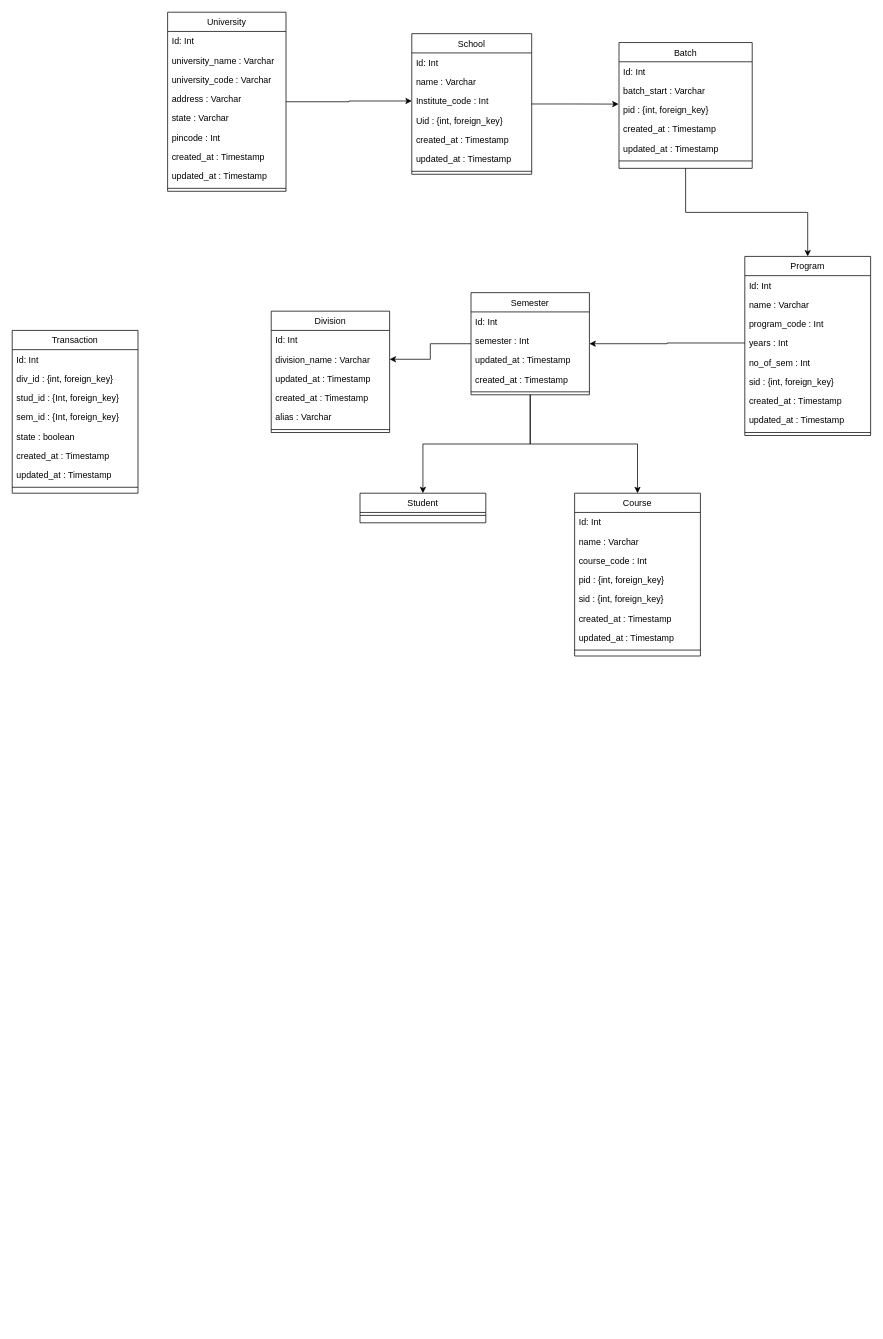
The draw.io diagram Diagrams/class diagram 2.drawio in Piyush5527/erp-diagram, before the edit. Source tidied: cells renumbered, new cells numbered last; positions are measured from the earlier drawing's top-left corner, leaving out a move shared by most shapes. Both pictures are drawn from the tidied source at 74%, with x=0, y=0 at pixel (12, 12).
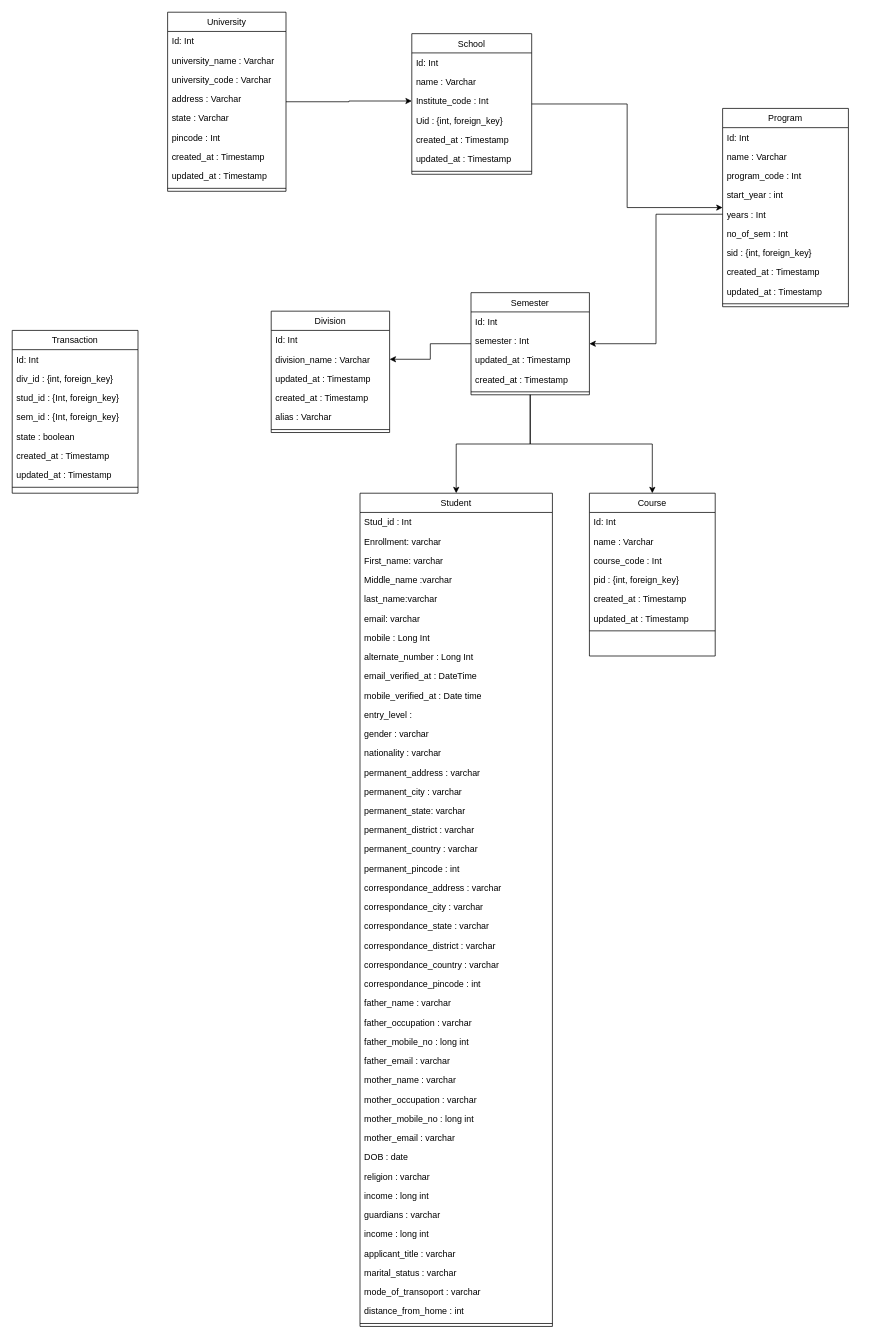
The same page after the edit.

Commit message:
student table added

Unchanged cells that the change refers to:
```xml
<mxCell id="14" value="School" style="swimlane;fontStyle=0;align=center;verticalAlign=top;horizontal=1;startSize=26;rounded=0;shadow=0;strokeWidth=1;" parent="1" vertex="1">
  <mxGeometry x="540" y="29" width="162" height="190" as="geometry" />
</mxCell>
```

What changed in the source:
```diff
@@
-    <mxCell id="13" style="edgeStyle=orthogonalEdgeStyle;rounded=0;jettySize=auto;html=1;entryX=-0.003;entryY=0.2;entryDx=0;entryDy=0;entryPerimeter=0;" parent="1" edge="1" source="14" target="26">
-      <mxGeometry relative="1" as="geometry" />
-    </mxCell>
+    <mxCell id="77" style="edgeStyle=orthogonalEdgeStyle;rounded=0;jettySize=auto;html=1;" parent="1" edge="1" source="14" target="30">
+      <mxGeometry relative="1" as="geometry" />
+    </mxCell>
@@
-    <mxCell id="22" style="edgeStyle=orthogonalEdgeStyle;rounded=0;jettySize=auto;html=1;entryX=0.5;entryY=0;entryDx=0;entryDy=0;" parent="1" edge="1" source="23" target="30">
-      <mxGeometry relative="1" as="geometry" />
-    </mxCell>
-    <mxCell id="23" value="Batch" style="swimlane;fontStyle=0;align=center;verticalAlign=top;horizontal=1;startSize=26;rounded=0;shadow=0;strokeWidth=1;" parent="1" vertex="1">
-      <mxGeometry x="820" y="41" width="180" height="170" as="geometry" />
-    </mxCell>
-    <mxCell id="24" value="Id: Int" style="text;align=left;verticalAlign=top;spacingLeft=4;spacingRight=4;overflow=hidden;" parent="23" vertex="1">
-      <mxGeometry y="26" width="180" height="26" as="geometry" />
-    </mxCell>
-    <mxCell id="25" value="batch_start : Varchar" style="text;align=left;verticalAlign=top;spacingLeft=4;spacingRight=4;overflow=hidden;rounded=0;shadow=0;html=0;" parent="23" vertex="1">
-      <mxGeometry y="52" width="180" height="26" as="geometry" />
-    </mxCell>
-    <mxCell id="26" value="pid : {int, foreign_key}" style="text;align=left;verticalAlign=top;spacingLeft=4;spacingRight=4;overflow=hidden;points=[[0,0.5],[1,0.5]];portConstraint=eastwest;rounded=0;shadow=0;html=0;" parent="23" vertex="1">
-      <mxGeometry y="78" width="180" height="26" as="geometry" />
-    </mxCell>
-    <mxCell id="27" value="created_at : Timestamp" style="text;align=left;verticalAlign=top;spacingLeft=4;spacingRight=4;overflow=hidden;rounded=0;shadow=0;html=0;" parent="23" vertex="1">
-      <mxGeometry y="104" width="180" height="26" as="geometry" />
-    </mxCell>
-    <mxCell id="28" value="updated_at : Timestamp" style="text;align=left;verticalAlign=top;spacingLeft=4;spacingRight=4;overflow=hidden;rounded=0;shadow=0;html=0;" parent="23" vertex="1">
-      <mxGeometry y="130" width="180" height="26" as="geometry" />
-    </mxCell>
-    <mxCell id="29" style="line;html=1;strokeWidth=1;align=left;verticalAlign=middle;spacingTop=-1;spacingLeft=3;spacingRight=3;labelPosition=right;" parent="23" vertex="1">
-      <mxGeometry y="156" width="180" height="8" as="geometry" />
-    </mxCell>
     <mxCell id="30" value="Program" style="swimlane;fontStyle=0;align=center;verticalAlign=top;horizontal=1;startSize=26;rounded=0;shadow=0;strokeWidth=1;" parent="1" vertex="1">
-      <mxGeometry x="990" y="330" width="170" height="242" as="geometry" />
+      <mxGeometry x="960" y="130" width="170" height="268" as="geometry" />
     </mxCell>
@@
+    <mxCell id="78" value="start_year : int" style="text;align=left;verticalAlign=top;spacingLeft=4;spacingRight=4;overflow=hidden;rounded=0;shadow=0;html=0;" parent="30" vertex="1">
+      <mxGeometry y="104" width="170" height="26" as="geometry" />
+    </mxCell>
     <mxCell id="34" value="years : Int" style="text;align=left;verticalAlign=top;spacingLeft=4;spacingRight=4;overflow=hidden;points=[[0,0.5],[1,0.5]];portConstraint=eastwest;rounded=0;shadow=0;html=0;" parent="30" vertex="1">
-      <mxGeometry y="104" width="170" height="26" as="geometry" />
+      <mxGeometry y="130" width="170" height="26" as="geometry" />
     </mxCell>
     <mxCell id="35" value="no_of_sem : Int" style="text;align=left;verticalAlign=top;spacingLeft=4;spacingRight=4;overflow=hidden;rounded=0;shadow=0;html=0;" parent="30" vertex="1">
-      <mxGeometry y="130" width="170" height="26" as="geometry" />
+      <mxGeometry y="156" width="170" height="26" as="geometry" />
     </mxCell>
     <mxCell id="36" value="sid : {int, foreign_key}" style="text;align=left;verticalAlign=top;spacingLeft=4;spacingRight=4;overflow=hidden;rounded=0;shadow=0;html=0;" parent="30" vertex="1">
-      <mxGeometry y="156" width="170" height="26" as="geometry" />
+      <mxGeometry y="182" width="170" height="26" as="geometry" />
     </mxCell>
     <mxCell id="37" value="created_at : Timestamp" style="text;align=left;verticalAlign=top;spacingLeft=4;spacingRight=4;overflow=hidden;rounded=0;shadow=0;html=0;" parent="30" vertex="1">
-      <mxGeometry y="182" width="170" height="26" as="geometry" />
+      <mxGeometry y="208" width="170" height="26" as="geometry" />
     </mxCell>
     <mxCell id="38" value="updated_at : Timestamp" style="text;align=left;verticalAlign=top;spacingLeft=4;spacingRight=4;overflow=hidden;rounded=0;shadow=0;html=0;" parent="30" vertex="1">
-      <mxGeometry y="208" width="170" height="26" as="geometry" />
+      <mxGeometry y="234" width="170" height="26" as="geometry" />
     </mxCell>
     <mxCell id="39" style="line;html=1;strokeWidth=1;align=left;verticalAlign=middle;spacingTop=-1;spacingLeft=3;spacingRight=3;labelPosition=right;" parent="30" vertex="1">
-      <mxGeometry y="234" width="170" height="8" as="geometry" />
+      <mxGeometry y="260" width="170" height="8" as="geometry" />
     </mxCell>
@@
     <mxCell id="57" value="Student" style="swimlane;fontStyle=0;align=center;verticalAlign=top;horizontal=1;startSize=26;rounded=0;shadow=0;strokeWidth=1;" parent="1" vertex="1">
-      <mxGeometry x="470" y="650" width="170" height="40" as="geometry" />
+      <mxGeometry x="470" y="650" width="260" height="1126" as="geometry" />
     </mxCell>
+    <mxCell id="64" value="Stud_id : Int " style="text;align=left;verticalAlign=top;spacingLeft=4;spacingRight=4;overflow=hidden;rounded=0;shadow=0;html=0;" parent="57" vertex="1">
+      <mxGeometry y="26" width="260" height="26" as="geometry" />
+    </mxCell>
+    <mxCell id="79" value="Enrollment: varchar" style="text;align=left;verticalAlign=top;spacingLeft=4;spacingRight=4;overflow=hidden;rounded=0;shadow=0;html=0;" parent="57" vertex="1">
+      <mxGeometry y="52" width="260" height="26" as="geometry" />
+    </mxCell>
+    <mxCell id="80" value="First_name: varchar" style="text;align=left;verticalAlign=top;spacingLeft=4;spacingRight=4;overflow=hidden;rounded=0;shadow=0;html=0;" parent="57" vertex="1">
+      <mxGeometry y="78" width="260" height="26" as="geometry" />
+    </mxCell>
+    <mxCell id="81" value="Middle_name :varchar" style="text;align=left;verticalAlign=top;spacingLeft=4;spacingRight=4;overflow=hidden;rounded=0;shadow=0;html=0;" parent="57" vertex="1">
+      <mxGeometry y="104" width="260" height="26" as="geometry" />
+    </mxCell>
+    <mxCell id="82" value="last_name:varchar" style="text;align=left;verticalAlign=top;spacingLeft=4;spacingRight=4;overflow=hidden;rounded=0;shadow=0;html=0;" parent="57" vertex="1">
+      <mxGeometry y="130" width="260" height="26" as="geometry" />
+    </mxCell>
+    <mxCell id="83" value="email: varchar" style="text;align=left;verticalAlign=top;spacingLeft=4;spacingRight=4;overflow=hidden;rounded=0;shadow=0;html=0;" parent="57" vertex="1">
+      <mxGeometry y="156" width="260" height="26" as="geometry" />
+    </mxCell>
+    <mxCell id="84" value="mobile : Long Int" style="text;align=left;verticalAlign=top;spacingLeft=4;spacingRight=4;overflow=hidden;rounded=0;shadow=0;html=0;" parent="57" vertex="1">
+      <mxGeometry y="182" width="260" height="26" as="geometry" />
+    </mxCell>
+    <mxCell id="85" value="alternate_number : Long Int" style="text;align=left;verticalAlign=top;spacingLeft=4;spacingRight=4;overflow=hidden;rounded=0;shadow=0;html=0;" parent="57" vertex="1">
+      <mxGeometry y="208" width="260" height="26" as="geometry" />
+    </mxCell>
+    <mxCell id="86" value="email_verified_at : DateTime" style="text;align=left;verticalAlign=top;spacingLeft=4;spacingRight=4;overflow=hidden;rounded=0;shadow=0;html=0;" parent="57" vertex="1">
+      <mxGeometry y="234" width="260" height="26" as="geometry" />
+    </mxCell>
+    <mxCell id="87" value="mobile_verified_at : Date time" style="text;align=left;verticalAlign=top;spacingLeft=4;spacingRight=4;overflow=hidden;rounded=0;shadow=0;html=0;" parent="57" vertex="1">
+      <mxGeometry y="260" width="260" height="26" as="geometry" />
+    </mxCell>
+    <mxCell id="88" value="entry_level : " style="text;align=left;verticalAlign=top;spacingLeft=4;spacingRight=4;overflow=hidden;rounded=0;shadow=0;html=0;" parent="57" vertex="1">
+      <mxGeometry y="286" width="260" height="26" as="geometry" />
+    </mxCell>
+    <mxCell id="89" value="gender : varchar" style="text;align=left;verticalAlign=top;spacingLeft=4;spacingRight=4;overflow=hidden;rounded=0;shadow=0;html=0;" parent="57" vertex="1">
+      <mxGeometry y="312" width="260" height="26" as="geometry" />
+    </mxCell>
+    <mxCell id="90" value="nationality : varchar" style="text;align=left;verticalAlign=top;spacingLeft=4;spacingRight=4;overflow=hidden;rounded=0;shadow=0;html=0;" parent="57" vertex="1">
+      <mxGeometry y="338" width="260" height="26" as="geometry" />
+    </mxCell>
+    <mxCell id="91" value="permanent_address : varchar" style="text;align=left;verticalAlign=top;spacingLeft=4;spacingRight=4;overflow=hidden;rounded=0;shadow=0;html=0;" parent="57" vertex="1">
+      <mxGeometry y="364" width="260" height="26" as="geometry" />
+    </mxCell>
+    <mxCell id="92" value="permanent_city : varchar" style="text;align=left;verticalAlign=top;spacingLeft=4;spacingRight=4;overflow=hidden;rounded=0;shadow=0;html=0;" parent="57" vertex="1">
+      <mxGeometry y="390" width="260" height="26" as="geometry" />
+    </mxCell>
+    <mxCell id="93" value="permanent_state: varchar" style="text;align=left;verticalAlign=top;spacingLeft=4;spacingRight=4;overflow=hidden;rounded=0;shadow=0;html=0;" parent="57" vertex="1">
+      <mxGeometry y="416" width="260" height="26" as="geometry" />
+    </mxCell>
+    <mxCell id="94" value="permanent_district : varchar" style="text;align=left;verticalAlign=top;spacingLeft=4;spacingRight=4;overflow=hidden;rounded=0;shadow=0;html=0;" parent="57" vertex="1">
+      <mxGeometry y="442" width="260" height="26" as="geometry" />
+    </mxCell>
+    <mxCell id="95" value="permanent_country : varchar" style="text;align=left;verticalAlign=top;spacingLeft=4;spacingRight=4;overflow=hidden;rounded=0;shadow=0;html=0;" parent="57" vertex="1">
+      <mxGeometry y="468" width="260" height="26" as="geometry" />
+    </mxCell>
+    <mxCell id="96" value="permanent_pincode : int" style="text;align=left;verticalAlign=top;spacingLeft=4;spacingRight=4;overflow=hidden;rounded=0;shadow=0;html=0;" parent="57" vertex="1">
+      <mxGeometry y="494" width="260" height="26" as="geometry" />
+    </mxCell>
+    <mxCell id="97" value="correspondance_address : varchar" style="text;align=left;verticalAlign=top;spacingLeft=4;spacingRight=4;overflow=hidden;rounded=0;shadow=0;html=0;" parent="57" vertex="1">
+      <mxGeometry y="520" width="260" height="26" as="geometry" />
+    </mxCell>
+    <mxCell id="98" value="correspondance_city : varchar" style="text;align=left;verticalAlign=top;spacingLeft=4;spacingRight=4;overflow=hidden;rounded=0;shadow=0;html=0;" parent="57" vertex="1">
+      <mxGeometry y="546" width="260" height="26" as="geometry" />
+    </mxCell>
+    <mxCell id="99" value="correspondance_state : varchar" style="text;align=left;verticalAlign=top;spacingLeft=4;spacingRight=4;overflow=hidden;rounded=0;shadow=0;html=0;" parent="57" vertex="1">
+      <mxGeometry y="572" width="260" height="26" as="geometry" />
+    </mxCell>
+    <mxCell id="100" value="correspondance_district : varchar" style="text;align=left;verticalAlign=top;spacingLeft=4;spacingRight=4;overflow=hidden;rounded=0;shadow=0;html=0;" parent="57" vertex="1">
+      <mxGeometry y="598" width="260" height="26" as="geometry" />
+    </mxCell>
+    <mxCell id="101" value="correspondance_country : varchar" style="text;align=left;verticalAlign=top;spacingLeft=4;spacingRight=4;overflow=hidden;rounded=0;shadow=0;html=0;" parent="57" vertex="1">
+      <mxGeometry y="624" width="260" height="26" as="geometry" />
+    </mxCell>
+    <mxCell id="102" value="correspondance_pincode : int" style="text;align=left;verticalAlign=top;spacingLeft=4;spacingRight=4;overflow=hidden;rounded=0;shadow=0;html=0;" parent="57" vertex="1">
+      <mxGeometry y="650" width="260" height="26" as="geometry" />
+    </mxCell>
+    <mxCell id="103" value="father_name : varchar" style="text;align=left;verticalAlign=top;spacingLeft=4;spacingRight=4;overflow=hidden;rounded=0;shadow=0;html=0;" parent="57" vertex="1">
+      <mxGeometry y="676" width="260" height="26" as="geometry" />
+    </mxCell>
+    <mxCell id="104" value="father_occupation : varchar" style="text;align=left;verticalAlign=top;spacingLeft=4;spacingRight=4;overflow=hidden;rounded=0;shadow=0;html=0;" parent="57" vertex="1">
+      <mxGeometry y="702" width="260" height="26" as="geometry" />
+    </mxCell>
+    <mxCell id="105" value="father_mobile_no : long int" style="text;align=left;verticalAlign=top;spacingLeft=4;spacingRight=4;overflow=hidden;rounded=0;shadow=0;html=0;" parent="57" vertex="1">
+      <mxGeometry y="728" width="260" height="26" as="geometry" />
+    </mxCell>
+    <mxCell id="106" value="father_email : varchar" style="text;align=left;verticalAlign=top;spacingLeft=4;spacingRight=4;overflow=hidden;rounded=0;shadow=0;html=0;" parent="57" vertex="1">
+      <mxGeometry y="754" width="260" height="26" as="geometry" />
+    </mxCell>
+    <mxCell id="107" value="mother_name : varchar  " style="text;align=left;verticalAlign=top;spacingLeft=4;spacingRight=4;overflow=hidden;rounded=0;shadow=0;html=0;" parent="57" vertex="1">
+      <mxGeometry y="780" width="260" height="26" as="geometry" />
+    </mxCell>
+    <mxCell id="108" value="mother_occupation : varchar  " style="text;align=left;verticalAlign=top;spacingLeft=4;spacingRight=4;overflow=hidden;rounded=0;shadow=0;html=0;" parent="57" vertex="1">
+      <mxGeometry y="806" width="260" height="26" as="geometry" />
+    </mxCell>
+    <mxCell id="109" value="mother_mobile_no : long int " style="text;align=left;verticalAlign=top;spacingLeft=4;spacingRight=4;overflow=hidden;rounded=0;shadow=0;html=0;" parent="57" vertex="1">
+      <mxGeometry y="832" width="260" height="26" as="geometry" />
+    </mxCell>
+    <mxCell id="110" value="mother_email : varchar  " style="text;align=left;verticalAlign=top;spacingLeft=4;spacingRight=4;overflow=hidden;rounded=0;shadow=0;html=0;" parent="57" vertex="1">
+      <mxGeometry y="858" width="260" height="26" as="geometry" />
+    </mxCell>
+    <mxCell id="111" value="DOB : date" style="text;align=left;verticalAlign=top;spacingLeft=4;spacingRight=4;overflow=hidden;rounded=0;shadow=0;html=0;" parent="57" vertex="1">
+      <mxGeometry y="884" width="260" height="26" as="geometry" />
+    </mxCell>
+    <mxCell id="112" value="religion : varchar" style="text;align=left;verticalAlign=top;spacingLeft=4;spacingRight=4;overflow=hidden;rounded=0;shadow=0;html=0;" parent="57" vertex="1">
+      <mxGeometry y="910" width="260" height="26" as="geometry" />
+    </mxCell>
+    <mxCell id="113" value="income : long int" style="text;align=left;verticalAlign=top;spacingLeft=4;spacingRight=4;overflow=hidden;rounded=0;shadow=0;html=0;" parent="57" vertex="1">
+      <mxGeometry y="936" width="260" height="26" as="geometry" />
+    </mxCell>
+    <mxCell id="114" value="guardians : varchar" style="text;align=left;verticalAlign=top;spacingLeft=4;spacingRight=4;overflow=hidden;rounded=0;shadow=0;html=0;" parent="57" vertex="1">
+      <mxGeometry y="962" width="260" height="26" as="geometry" />
+    </mxCell>
+    <mxCell id="115" value="income : long int" style="text;align=left;verticalAlign=top;spacingLeft=4;spacingRight=4;overflow=hidden;rounded=0;shadow=0;html=0;" parent="57" vertex="1">
+      <mxGeometry y="988" width="260" height="26" as="geometry" />
+    </mxCell>
+    <mxCell id="116" value="applicant_title : varchar" style="text;align=left;verticalAlign=top;spacingLeft=4;spacingRight=4;overflow=hidden;rounded=0;shadow=0;html=0;" parent="57" vertex="1">
+      <mxGeometry y="1014" width="260" height="26" as="geometry" />
+    </mxCell>
+    <mxCell id="117" value="marital_status : varchar" style="text;align=left;verticalAlign=top;spacingLeft=4;spacingRight=4;overflow=hidden;rounded=0;shadow=0;html=0;" parent="57" vertex="1">
+      <mxGeometry y="1040" width="260" height="26" as="geometry" />
+    </mxCell>
+    <mxCell id="118" value="mode_of_transoport : varchar" style="text;align=left;verticalAlign=top;spacingLeft=4;spacingRight=4;overflow=hidden;rounded=0;shadow=0;html=0;" parent="57" vertex="1">
+      <mxGeometry y="1066" width="260" height="26" as="geometry" />
+    </mxCell>
+    <mxCell id="119" value="distance_from_home : int" style="text;align=left;verticalAlign=top;spacingLeft=4;spacingRight=4;overflow=hidden;rounded=0;shadow=0;html=0;" parent="57" vertex="1">
+      <mxGeometry y="1092" width="260" height="26" as="geometry" />
+    </mxCell>
     <mxCell id="58" style="line;html=1;strokeWidth=1;align=left;verticalAlign=middle;spacingTop=-1;spacingLeft=3;spacingRight=3;labelPosition=right;" parent="57" vertex="1">
-      <mxGeometry y="26" width="170" height="8" as="geometry" />
+      <mxGeometry y="1118" width="260" height="8" as="geometry" />
     </mxCell>
     <mxCell id="59" value="Course" style="swimlane;fontStyle=0;align=center;verticalAlign=top;horizontal=1;startSize=26;rounded=0;shadow=0;strokeWidth=1;" parent="1" vertex="1">
-      <mxGeometry x="760" y="650" width="170" height="220" as="geometry" />
+      <mxGeometry x="780" y="650" width="170" height="220" as="geometry" />
     </mxCell>
@@
-    <mxCell id="64" value="sid : {int, foreign_key}" style="text;align=left;verticalAlign=top;spacingLeft=4;spacingRight=4;overflow=hidden;rounded=0;shadow=0;html=0;" parent="59" vertex="1">
-      <mxGeometry y="130" width="170" height="26" as="geometry" />
-    </mxCell>
     <mxCell id="65" value="created_at : Timestamp" style="text;align=left;verticalAlign=top;spacingLeft=4;spacingRight=4;overflow=hidden;rounded=0;shadow=0;html=0;" parent="59" vertex="1">
-      <mxGeometry y="156" width="170" height="26" as="geometry" />
+      <mxGeometry y="130" width="170" height="26" as="geometry" />
     </mxCell>
     <mxCell id="66" value="updated_at : Timestamp" style="text;align=left;verticalAlign=top;spacingLeft=4;spacingRight=4;overflow=hidden;rounded=0;shadow=0;html=0;" parent="59" vertex="1">
-      <mxGeometry y="182" width="170" height="26" as="geometry" />
+      <mxGeometry y="156" width="170" height="26" as="geometry" />
     </mxCell>
     <mxCell id="67" style="line;html=1;strokeWidth=1;align=left;verticalAlign=middle;spacingTop=-1;spacingLeft=3;spacingRight=3;labelPosition=right;" parent="59" vertex="1">
-      <mxGeometry y="208" width="170" height="8" as="geometry" />
+      <mxGeometry y="182" width="170" height="8" as="geometry" />
     </mxCell>
```
